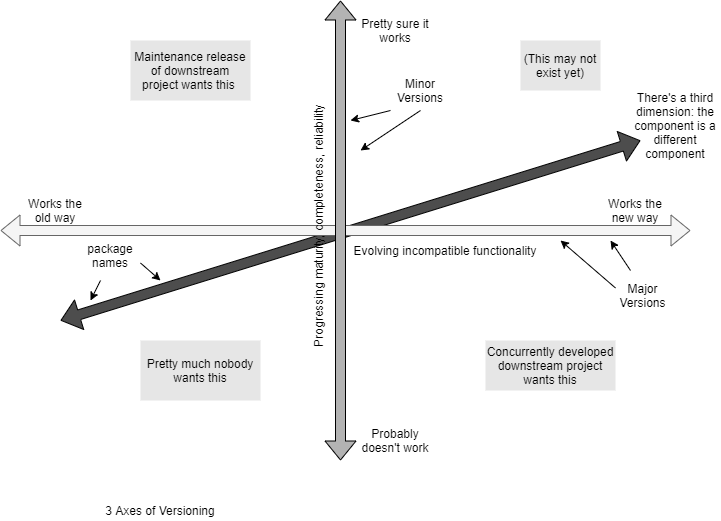
Above: diagrams/versioning.png in dboreham/global-bugs (draw.io), before the change. Source tidied: cells renumbered, new cells last; positions are measured from the earlier drawing's top-left corner, leaving out a move shared by most shapes. Its diagram source:
```xml
<mxGraphModel>
  <root>
    <mxCell id="0" />
    <mxCell id="1" parent="0" />
    <mxCell id="2" style="shape=flexArrow;endArrow=classic;startArrow=classic;html=1;strokeColor=#000000;fillColor=#4D4D4D;" parent="1" edge="1">
      <mxGeometry relative="1" as="geometry">
        <mxPoint x="60" y="320" as="sourcePoint" />
        <mxPoint x="640" y="140" as="targetPoint" />
      </mxGeometry>
    </mxCell>
    <mxCell id="3" style="shape=flexArrow;endArrow=classic;startArrow=classic;html=1;fillColor=#f5f5f5;strokeColor=#666666;" parent="1" edge="1">
      <mxGeometry relative="1" as="geometry">
        <mxPoint y="230" as="sourcePoint" />
        <mxPoint x="690" y="230" as="targetPoint" />
      </mxGeometry>
    </mxCell>
    <mxCell id="4" value="Works the old way" style="text;html=1;strokeColor=none;fillColor=none;align=center;verticalAlign=middle;whiteSpace=wrap;rounded=0;" parent="1" vertex="1">
      <mxGeometry x="20" y="200" width="70" height="20" as="geometry" />
    </mxCell>
    <mxCell id="5" value="Works the new way" style="text;html=1;strokeColor=none;fillColor=none;align=center;verticalAlign=middle;whiteSpace=wrap;rounded=0;" parent="1" vertex="1">
      <mxGeometry x="600" y="200" width="70" height="20" as="geometry" />
    </mxCell>
    <mxCell id="6" style="shape=flexArrow;endArrow=classic;startArrow=classic;html=1;fillColor=#B3B3B3;" parent="1" edge="1">
      <mxGeometry relative="1" as="geometry">
        <mxPoint x="340" y="460" as="sourcePoint" />
        <mxPoint x="340" as="targetPoint" />
      </mxGeometry>
    </mxCell>
    <mxCell id="7" value="Pretty sure it works" style="text;html=1;strokeColor=none;fillColor=none;align=center;verticalAlign=middle;whiteSpace=wrap;rounded=0;" parent="1" vertex="1">
      <mxGeometry x="360" y="20" width="70" height="20" as="geometry" />
    </mxCell>
    <mxCell id="8" value="Probably doesn't work" style="text;html=1;strokeColor=none;fillColor=none;align=center;verticalAlign=middle;whiteSpace=wrap;rounded=0;" parent="1" vertex="1">
      <mxGeometry x="360" y="430" width="70" height="20" as="geometry" />
    </mxCell>
    <mxCell id="9" value="3 Axes of Versioning" style="text;html=1;strokeColor=none;fillColor=none;align=center;verticalAlign=middle;whiteSpace=wrap;rounded=0;" parent="1" vertex="1">
      <mxGeometry x="95" y="500" width="130" height="20" as="geometry" />
    </mxCell>
    <mxCell id="10" value="Concurrently developed downstream project wants this" style="text;html=1;strokeColor=none;align=center;verticalAlign=middle;whiteSpace=wrap;rounded=0;fillColor=#E6E6E6;" parent="1" vertex="1">
      <mxGeometry x="485" y="340" width="130" height="50" as="geometry" />
    </mxCell>
    <mxCell id="11" value="Maintenance release of downstream project wants this&amp;nbsp;" style="text;html=1;strokeColor=none;align=center;verticalAlign=middle;whiteSpace=wrap;rounded=0;fillColor=#E6E6E6;" parent="1" vertex="1">
      <mxGeometry x="130" y="40" width="120" height="60" as="geometry" />
    </mxCell>
    <mxCell id="12" value="(This may not exist yet)" style="text;html=1;strokeColor=none;align=center;verticalAlign=middle;whiteSpace=wrap;rounded=0;fillColor=#E6E6E6;" parent="1" vertex="1">
      <mxGeometry x="520" y="40" width="80" height="50" as="geometry" />
    </mxCell>
    <mxCell id="13" value="Pretty much nobody wants this" style="text;html=1;strokeColor=none;align=center;verticalAlign=middle;whiteSpace=wrap;rounded=0;fillColor=#E6E6E6;" parent="1" vertex="1">
      <mxGeometry x="140" y="340" width="120" height="60" as="geometry" />
    </mxCell>
    <mxCell id="14" value="Evolving incompatible functionality" style="text;html=1;strokeColor=none;fillColor=none;align=center;verticalAlign=middle;whiteSpace=wrap;rounded=0;" parent="1" vertex="1">
      <mxGeometry x="345" y="230" width="200" height="40" as="geometry" />
    </mxCell>
    <mxCell id="15" value="Progressing maturity, completeness, reliability" style="text;html=1;strokeColor=none;fillColor=none;align=center;verticalAlign=middle;whiteSpace=wrap;rounded=0;rotation=-90;" parent="1" vertex="1">
      <mxGeometry x="190" y="210" width="255" height="30" as="geometry" />
    </mxCell>
    <mxCell id="16" value="There's a third dimension: the component is a different component" style="text;html=1;strokeColor=none;fillColor=none;align=center;verticalAlign=middle;whiteSpace=wrap;rounded=0;" parent="1" vertex="1">
      <mxGeometry x="630" y="90" width="90" height="70" as="geometry" />
    </mxCell>
    <mxCell id="17" value="Major Versions" style="text;html=1;strokeColor=none;fillColor=none;align=center;verticalAlign=middle;whiteSpace=wrap;rounded=0;" parent="1" vertex="1">
      <mxGeometry x="615" y="280" width="55" height="30" as="geometry" />
    </mxCell>
    <mxCell id="18" style="endArrow=classic;html=1;strokeColor=#000000;fillColor=#4D4D4D;exitX=0;exitY=0.25;exitDx=0;exitDy=0;" parent="1" edge="1" source="17">
      <mxGeometry relative="1" as="geometry">
        <mxPoint x="560" y="240" as="targetPoint" />
      </mxGeometry>
    </mxCell>
    <mxCell id="19" style="endArrow=classic;html=1;strokeColor=#000000;fillColor=#4D4D4D;" parent="1" edge="1">
      <mxGeometry relative="1" as="geometry">
        <mxPoint x="630" y="270" as="sourcePoint" />
        <mxPoint x="610" y="240" as="targetPoint" />
      </mxGeometry>
    </mxCell>
    <mxCell id="20" value="Minor Versions" style="text;html=1;strokeColor=none;fillColor=none;align=center;verticalAlign=middle;whiteSpace=wrap;rounded=0;" parent="1" vertex="1">
      <mxGeometry x="380" y="70" width="80" height="40" as="geometry" />
    </mxCell>
    <mxCell id="21" style="endArrow=classic;html=1;strokeColor=#000000;fillColor=#4D4D4D;exitX=0.5;exitY=1;exitDx=0;exitDy=0;" parent="1" edge="1" source="20">
      <mxGeometry relative="1" as="geometry">
        <mxPoint x="360" y="150" as="targetPoint" />
      </mxGeometry>
    </mxCell>
    <mxCell id="22" style="endArrow=classic;html=1;strokeColor=#000000;fillColor=#4D4D4D;" parent="1" edge="1">
      <mxGeometry relative="1" as="geometry">
        <mxPoint x="390" y="110" as="sourcePoint" />
        <mxPoint x="350" y="120" as="targetPoint" />
      </mxGeometry>
    </mxCell>
    <mxCell id="23" value="package names" style="text;html=1;strokeColor=none;fillColor=none;align=center;verticalAlign=middle;whiteSpace=wrap;rounded=0;" parent="1" vertex="1">
      <mxGeometry x="80" y="240" width="60" height="30" as="geometry" />
    </mxCell>
    <mxCell id="24" style="endArrow=classic;html=1;strokeColor=#000000;fillColor=#4D4D4D;" parent="1" edge="1">
      <mxGeometry relative="1" as="geometry">
        <mxPoint x="100" y="280" as="sourcePoint" />
        <mxPoint x="90" y="300" as="targetPoint" />
      </mxGeometry>
    </mxCell>
    <mxCell id="25" style="endArrow=classic;html=1;strokeColor=#000000;fillColor=#4D4D4D;exitX=1;exitY=0.75;exitDx=0;exitDy=0;" parent="1" edge="1" source="23">
      <mxGeometry relative="1" as="geometry">
        <mxPoint x="160" y="280" as="targetPoint" />
      </mxGeometry>
    </mxCell>
  </root>
</mxGraphModel>
```
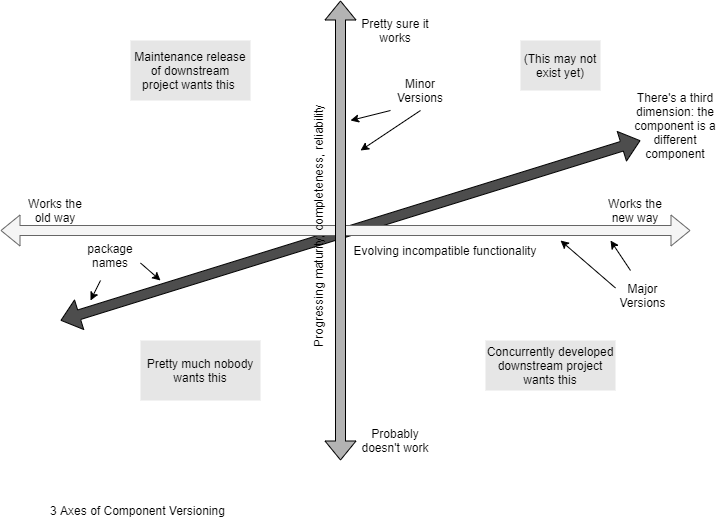
The same file after the commit.

Diff of the diagram source:
```diff
@@ -32,8 +32,8 @@
     <mxCell id="8" value="Probably doesn't work" style="text;html=1;strokeColor=none;fillColor=none;align=center;verticalAlign=middle;whiteSpace=wrap;rounded=0;" parent="1" vertex="1">
       <mxGeometry x="360" y="430" width="70" height="20" as="geometry" />
     </mxCell>
-    <mxCell id="9" value="3 Axes of Versioning" style="text;html=1;strokeColor=none;fillColor=none;align=center;verticalAlign=middle;whiteSpace=wrap;rounded=0;" parent="1" vertex="1">
-      <mxGeometry x="95" y="500" width="130" height="20" as="geometry" />
+    <mxCell id="9" value="3 Axes of Component Versioning" style="text;html=1;strokeColor=none;fillColor=none;align=center;verticalAlign=middle;whiteSpace=wrap;rounded=0;" parent="1" vertex="1">
+      <mxGeometry x="40" y="500" width="195" height="20" as="geometry" />
     </mxCell>
     <mxCell id="10" value="Concurrently developed downstream project wants this" style="text;html=1;strokeColor=none;align=center;verticalAlign=middle;whiteSpace=wrap;rounded=0;fillColor=#E6E6E6;" parent="1" vertex="1">
       <mxGeometry x="485" y="340" width="130" height="50" as="geometry" />
```
